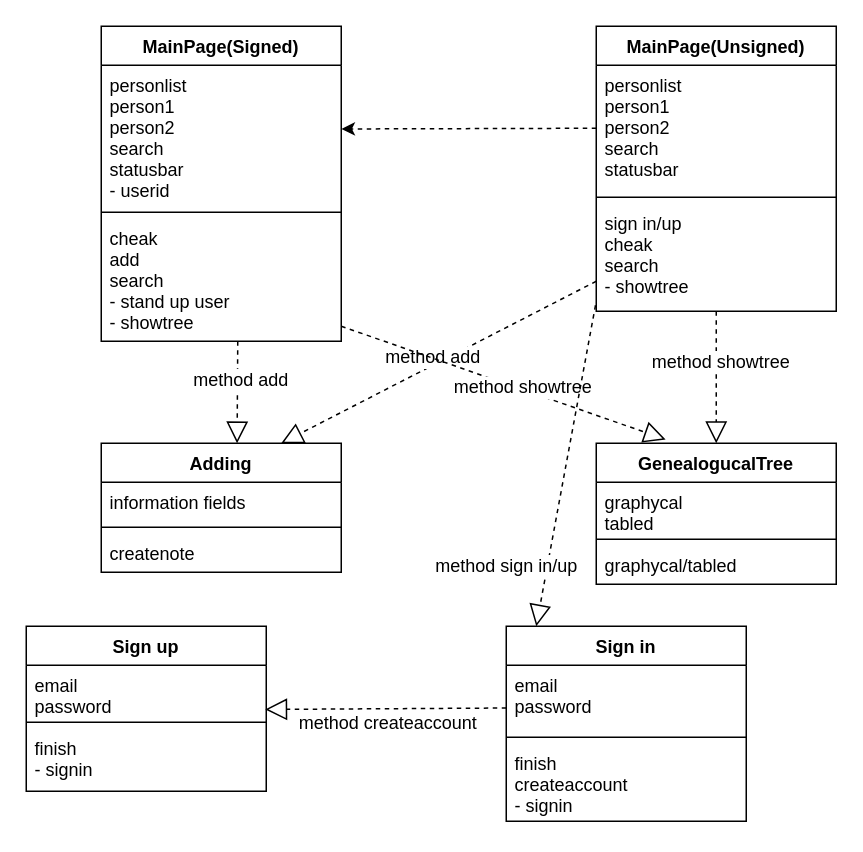
Above: Class diagram.drawio in samsdimko/Tech (draw.io), before the change. Source tidied: cells renumbered, new cells numbered last; positions are measured from the earlier drawing's top-left corner, leaving out a move shared by most shapes. Both pictures are drawn from the tidied source at 150%, with x=0, y=0 at pixel (26, 26).
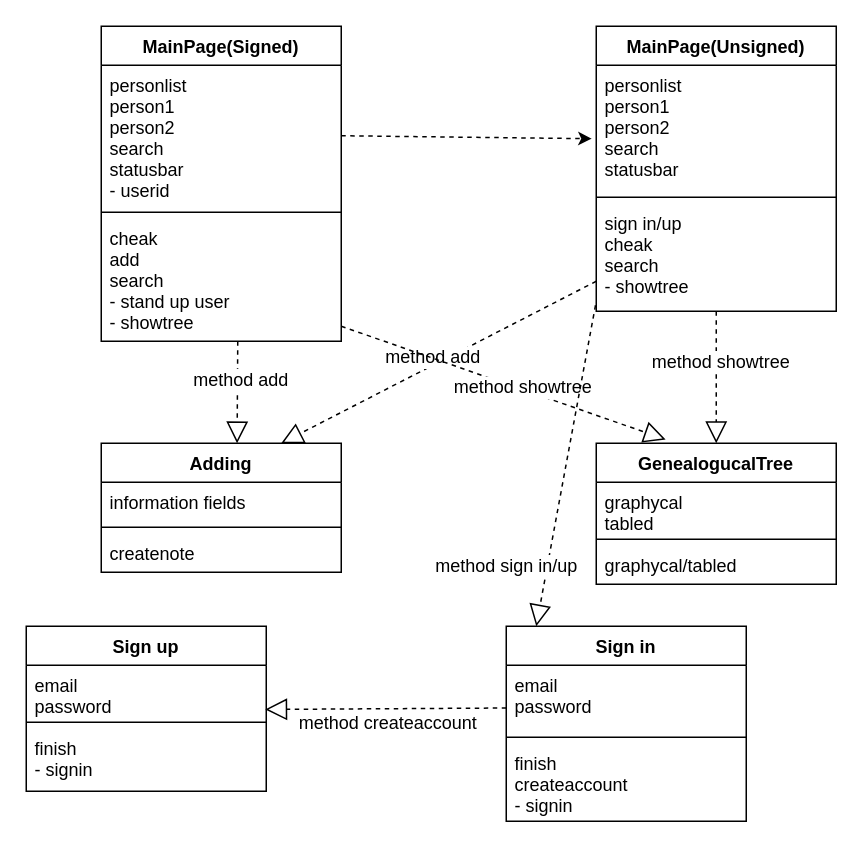
The same diagram, later.

Unchanged cells that the change refers to:
```xml
<mxCell id="3" value="personlist&#10;person1&#10;person2&#10;search&#10;statusbar&#10;- userid" style="text;strokeColor=none;fillColor=none;align=left;verticalAlign=top;spacingLeft=4;spacingRight=4;overflow=hidden;points=[[0,0.5],[1,0.5]];portConstraint=eastwest;" parent="2" vertex="1">
  <mxGeometry y="26" width="160" height="94" as="geometry" />
</mxCell>
<mxCell id="7" value="personlist&#10;person1&#10;person2&#10;search&#10;statusbar" style="text;strokeColor=none;fillColor=none;align=left;verticalAlign=top;spacingLeft=4;spacingRight=4;overflow=hidden;points=[[0,0.5],[1,0.5]];portConstraint=eastwest;" parent="6" vertex="1">
  <mxGeometry y="26" width="160" height="84" as="geometry" />
</mxCell>
```

Change to the diagram source:
```diff
@@
-    <mxCell id="26" style="endArrow=classic;html=1;dashed=1;exitX=0;exitY=0.5;exitDx=0;exitDy=0;entryX=1.001;entryY=0.452;entryDx=0;entryDy=0;entryPerimeter=0;" parent="1" edge="1" source="7" target="3">
+    <mxCell id="26" style="endArrow=classic;html=1;dashed=1;exitX=1;exitY=0.5;exitDx=0;exitDy=0;entryX=-0.019;entryY=0.583;entryDx=0;entryDy=0;entryPerimeter=0;" parent="1" edge="1" source="3" target="7">
       <mxGeometry relative="1" as="geometry" />
     </mxCell>
```
